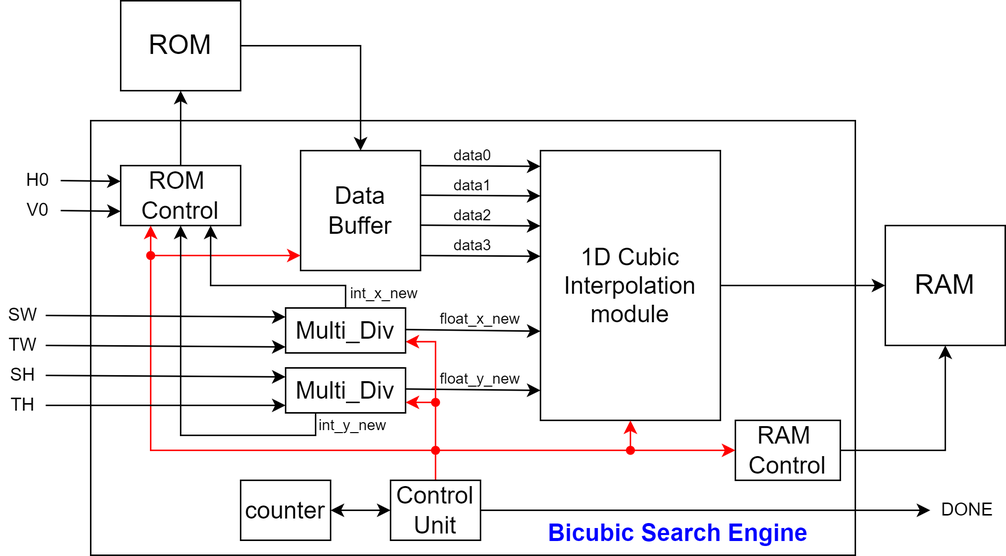
Before: 14_Bicubic_Resize_Engine/fig/Bicubic.png, a diagram exported from draw.io (jorjorrrrrr/ICDC). Source tidied: cells renumbered, new cells last; positions are measured from the earlier drawing's top-left corner, leaving out a move shared by most shapes.
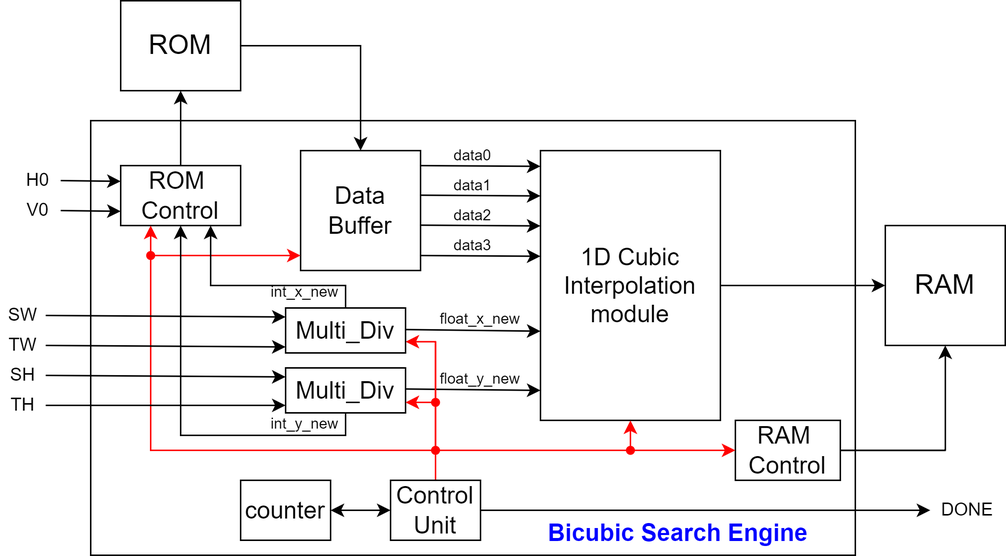
The same diagram one commit later.

Diff of the diagram source:
```diff
@@ -193,10 +193,10 @@
     <mxCell id="52" value="&lt;font style=&quot;font-size: 16px;&quot;&gt;Multi_Div&lt;/font&gt;" style="rounded=0;whiteSpace=wrap;html=1;align=center;" parent="1" vertex="1">
       <mxGeometry x="190" y="245" width="80" height="30" as="geometry" />
     </mxCell>
-    <mxCell id="53" style="endArrow=classic;html=1;rounded=0;entryX=0.5;entryY=1;entryDx=0;entryDy=0;exitX=0.25;exitY=1;exitDx=0;exitDy=0;edgeStyle=orthogonalEdgeStyle;" parent="1" edge="1" source="52" target="7">
+    <mxCell id="53" style="endArrow=classic;html=1;rounded=0;entryX=0.5;entryY=1;entryDx=0;entryDy=0;exitX=0.5;exitY=1;exitDx=0;exitDy=0;edgeStyle=orthogonalEdgeStyle;" parent="1" edge="1" source="52" target="7">
       <mxGeometry relative="1" as="geometry">
         <Array as="points">
-          <mxPoint x="210" y="290" />
+          <mxPoint x="230" y="290" />
           <mxPoint x="120" y="290" />
         </Array>
       </mxGeometry>
@@ -216,10 +216,10 @@
       <mxGeometry x="280" y="258" width="20" height="20" as="geometry" />
     </mxCell>
     <mxCell id="57" value="int_y_new" style="text;html=1;align=center;verticalAlign=middle;whiteSpace=wrap;rounded=0;fontSize=10;" parent="1" vertex="1">
-      <mxGeometry x="200" y="273" width="70" height="20" as="geometry" />
+      <mxGeometry x="168" y="272" width="70" height="20" as="geometry" />
     </mxCell>
     <mxCell id="58" value="int_x_new" style="text;html=1;align=center;verticalAlign=middle;whiteSpace=wrap;rounded=0;fontSize=10;" parent="1" vertex="1">
-      <mxGeometry x="227" y="185" width="58" height="20" as="geometry" />
+      <mxGeometry x="174" y="184" width="58" height="20" as="geometry" />
     </mxCell>
   </root>
 </mxGraphModel>
```
